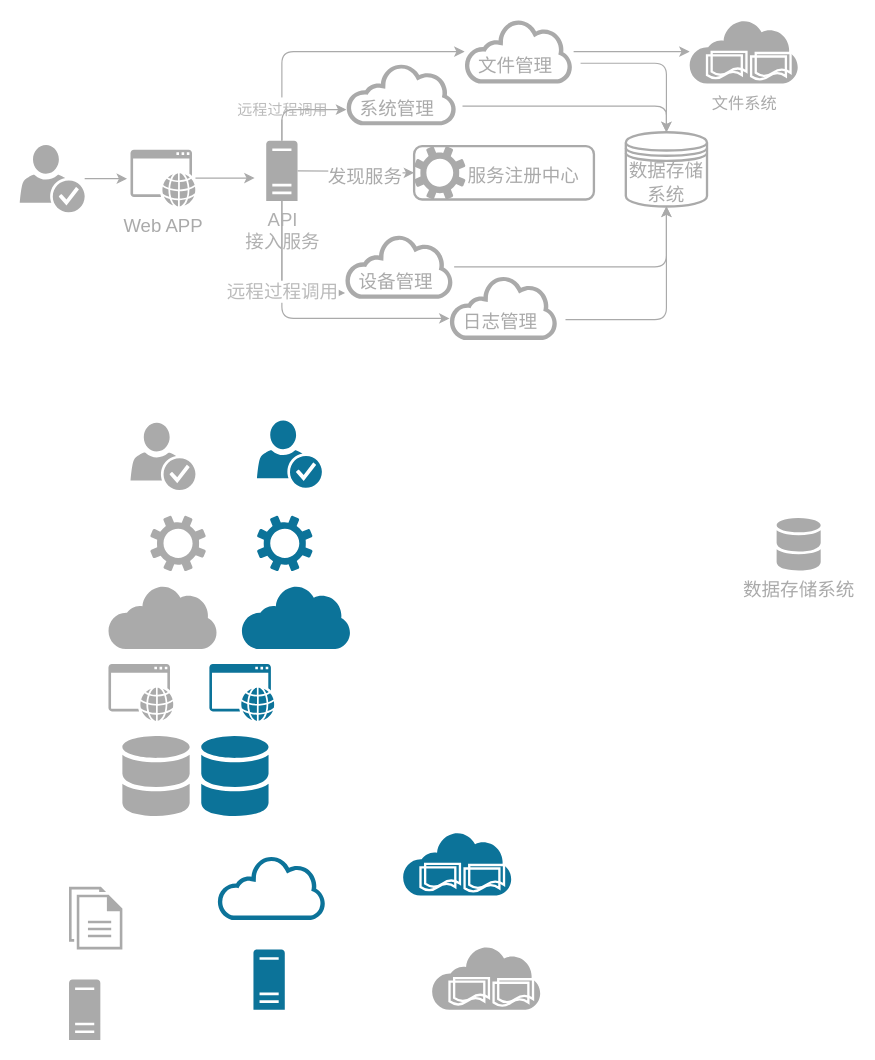
This is page "Page-2" (2 of 2) of framework.drawio from waterwatermelon/graph, a draw.io file, before an edit. Source tidied: cells renumbered, new cells numbered last; positions are measured from the earlier drawing's top-left corner, leaving out a move shared by most shapes. Both pictures are drawn from the tidied source at 116%, with x=0, y=0 at pixel (20, 19).
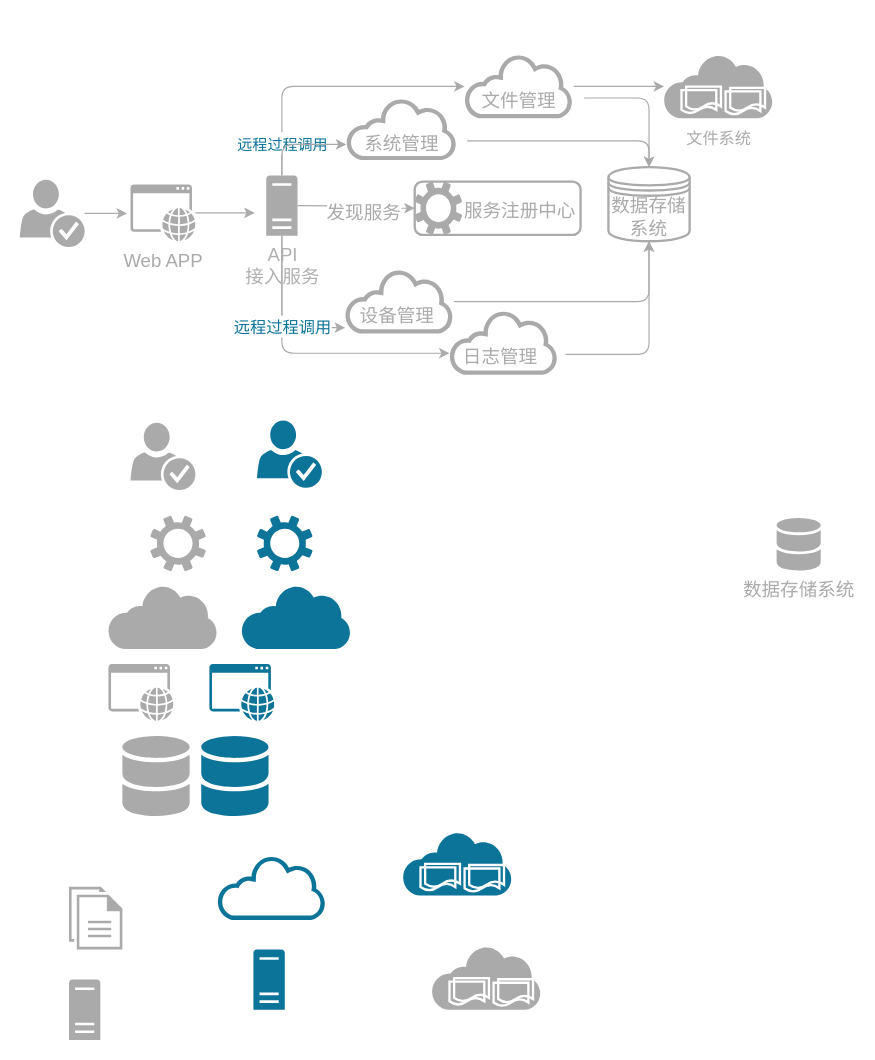
After the change.

The change refers to these unchanged cells:
```xml
<mxCell id="37" style="shadow=0;dashed=0;html=1;strokeColor=none;fillColor=#aaa;labelPosition=center;verticalLabelPosition=bottom;outlineConnect=0;verticalAlign=top;align=center;shape=mxgraph.office.clouds.cloud;fontSize=16;" parent="36" vertex="1">
  <mxGeometry width="94" height="55" as="geometry" />
</mxCell>
<mxCell id="47" style="shadow=0;dashed=0;html=1;strokeColor=none;fillColor=#aaa;labelPosition=center;verticalLabelPosition=bottom;outlineConnect=0;verticalAlign=top;align=center;shape=mxgraph.office.clouds.cloud;fontSize=16;" parent="46" vertex="1">
  <mxGeometry width="95.9" height="53" as="geometry" />
</mxCell>
```

Change to the diagram source:
```diff
@@
     <mxCell id="2" style="edgeStyle=orthogonalEdgeStyle;rounded=1;jettySize=auto;html=1;strokeColor=#aaa;fontSize=16;" parent="1" edge="1" source="6" target="40">
       <mxGeometry relative="1" as="geometry">
         <Array as="points">
-          <mxPoint x="226" y="28" />
+          <mxPoint x="226" y="58" />
         </Array>
       </mxGeometry>
     </mxCell>
-    <mxCell id="3" value="&lt;font style=&quot;font-size: 13px&quot; color=&quot;#bbbbbb&quot;&gt;远程过程调用&lt;/font&gt;" style="text;html=1;align=center;verticalAlign=middle;labelBackgroundColor=#ffffff;fontSize=16;" parent="2" vertex="1">
+    <mxCell id="3" value="&lt;font style=&quot;font-size: 13px&quot; color=&quot;#0c7399&quot;&gt;远程过程调用&lt;/font&gt;" style="text;html=1;align=center;verticalAlign=middle;labelBackgroundColor=#ffffff;fontSize=16;" parent="2" vertex="1">
       <mxGeometry x="-0.58" y="-2" relative="1" as="geometry">
         <mxPoint x="-2.5" y="21" as="offset" />
       </mxGeometry>
     </mxCell>
     <mxCell id="4" style="edgeStyle=orthogonalEdgeStyle;rounded=1;jettySize=auto;html=1;strokeColor=#aaa;fontSize=16;" parent="1" edge="1" source="6" target="37">
       <mxGeometry relative="1" as="geometry">
         <Array as="points">
-          <mxPoint x="226" y="236" />
+          <mxPoint x="226" y="266" />
         </Array>
       </mxGeometry>
     </mxCell>
     <mxCell id="5" style="edgeStyle=orthogonalEdgeStyle;rounded=1;jettySize=auto;html=1;strokeColor=#aaa;fontSize=16;" parent="1" edge="1" source="6" target="67">
       <mxGeometry relative="1" as="geometry">
         <Array as="points">
-          <mxPoint x="226" y="258" />
-          <mxPoint x="392" y="258" />
+          <mxPoint x="226" y="288" />
+          <mxPoint x="392" y="288" />
         </Array>
       </mxGeometry>
     </mxCell>
     <mxCell id="6" value="&lt;font style=&quot;font-size: 16px;&quot; color=&quot;#b0b0b0&quot;&gt;API&lt;br style=&quot;font-size: 16px;&quot;&gt;接入服务&lt;/font&gt;" style="shadow=0;dashed=0;html=1;strokeColor=none;fillColor=#aaa;labelPosition=center;verticalLabelPosition=bottom;verticalAlign=top;outlineConnect=0;align=center;shape=mxgraph.office.servers.server_generic;fontSize=16;" parent="1" vertex="1">
-      <mxGeometry x="212" y="104.8" width="27" height="52" as="geometry" />
+      <mxGeometry x="212" y="134.8" width="27" height="52" as="geometry" />
     </mxCell>
@@
     <mxCell id="21" style="edgeStyle=orthogonalEdgeStyle;curved=1;jettySize=auto;html=1;strokeColor=#aaa;fontSize=16;" parent="1" edge="1" source="22">
       <mxGeometry relative="1" as="geometry">
-        <mxPoint x="92" y="137.5" as="targetPoint" />
+        <mxPoint x="92" y="167.5" as="targetPoint" />
       </mxGeometry>
     </mxCell>
     <mxCell id="22" style="shadow=0;dashed=0;html=1;strokeColor=none;fillColor=#aaa;labelPosition=center;verticalLabelPosition=bottom;verticalAlign=top;outlineConnect=0;align=center;shape=mxgraph.office.security.credentials;fontSize=16;" parent="1" vertex="1">
-      <mxGeometry x="-0.5" y="108.5" width="56" height="58" as="geometry" />
+      <mxGeometry x="-0.5" y="138.5" width="56" height="58" as="geometry" />
     </mxCell>
     <mxCell id="23" style="edgeStyle=orthogonalEdgeStyle;curved=1;jettySize=auto;html=1;strokeColor=#aaa;fontSize=16;" parent="1" edge="1" source="24">
       <mxGeometry relative="1" as="geometry">
-        <mxPoint x="202" y="137" as="targetPoint" />
+        <mxPoint x="202" y="167" as="targetPoint" />
       </mxGeometry>
     </mxCell>
     <mxCell id="24" value="&lt;font style=&quot;font-size: 16px;&quot; color=&quot;#aaaaaa&quot;&gt;Web APP&lt;/font&gt;" style="shadow=0;dashed=0;html=1;strokeColor=none;fillColor=#aaa;labelPosition=center;verticalLabelPosition=bottom;verticalAlign=top;outlineConnect=0;align=center;shape=mxgraph.office.concepts.application_web;fontSize=16;" parent="1" vertex="1">
-      <mxGeometry x="95" y="112.5" width="56" height="49" as="geometry" />
+      <mxGeometry x="95" y="142.5" width="56" height="49" as="geometry" />
     </mxCell>
@@
     <mxCell id="27" style="edgeStyle=orthogonalEdgeStyle;rounded=1;jettySize=auto;html=1;strokeColor=#aaa;fontSize=16;" parent="1" edge="1" source="6" target="47">
       <mxGeometry relative="1" as="geometry">
         <Array as="points">
-          <mxPoint x="226" y="78" />
+          <mxPoint x="226" y="108" />
         </Array>
       </mxGeometry>
     </mxCell>
@@
     <mxCell id="33" style="group;fillColor=none;strokeColor=#aaa;rounded=1;strokeWidth=2;spacingTop=0;fontSize=16;" parent="1" vertex="1">
-      <mxGeometry x="339.5" y="109.5" width="155" height="46" as="geometry" />
+      <mxGeometry x="340" y="140" width="143" height="46" as="geometry" />
     </mxCell>
     <mxCell id="34" style="shadow=0;dashed=0;html=1;strokeColor=none;fillColor=#aaa;labelPosition=center;verticalLabelPosition=bottom;verticalAlign=top;outlineConnect=0;align=center;shape=mxgraph.office.concepts.settings;fontSize=16;" parent="33" vertex="1">
-      <mxGeometry width="44.3" height="46" as="geometry" />
+      <mxGeometry width="40.9" height="46" as="geometry" />
     </mxCell>
     <mxCell id="35" value="&lt;font style=&quot;font-size: 16px;&quot; color=&quot;#aaaaaa&quot;&gt;服务注册中心&lt;/font&gt;" style="text;html=1;align=left;verticalAlign=top;spacingTop=-4;fontSize=16;" parent="33" vertex="1">
-      <mxGeometry x="44.3" y="13.4" width="120" height="20" as="geometry" />
+      <mxGeometry x="40.9" y="13.4" width="120" height="20" as="geometry" />
     </mxCell>
     <mxCell id="36" style="group;fontSize=16;" parent="1" vertex="1">
-      <mxGeometry x="280" y="186" width="100" height="55" as="geometry" />
+      <mxGeometry x="280" y="216" width="100" height="55" as="geometry" />
     </mxCell>
@@
     <mxCell id="38" value="&lt;font style=&quot;font-size: 16px;&quot; color=&quot;#aaaaaa&quot;&gt;设备管理&lt;/font&gt;" style="text;html=1;align=left;verticalAlign=top;spacingTop=-4;fontSize=16;" parent="36" vertex="1">
-      <mxGeometry x="10" y="27.5" width="90" height="20" as="geometry" />
+      <mxGeometry x="11" y="27.5" width="90" height="20" as="geometry" />
     </mxCell>
-    <mxCell id="39" style="group;fontSize=16;" parent="1" vertex="1">
-      <mxGeometry x="383" y="0.5" width="100" height="55" as="geometry" />
-    </mxCell>
-    <mxCell id="40" style="shadow=0;dashed=0;html=1;strokeColor=none;fillColor=#aaa;labelPosition=center;verticalLabelPosition=bottom;outlineConnect=0;verticalAlign=top;align=center;shape=mxgraph.office.clouds.cloud;fontSize=16;" parent="39" vertex="1">
-      <mxGeometry width="94" height="55" as="geometry" />
-    </mxCell>
-    <mxCell id="41" value="&lt;font style=&quot;font-size: 16px;&quot; color=&quot;#aaaaaa&quot;&gt;文件管理&lt;/font&gt;" style="text;html=1;points=[];align=left;verticalAlign=top;spacingTop=-4;fontSize=16;" parent="39" vertex="1">
-      <mxGeometry x="10" y="27.5" width="90" height="20" as="geometry" />
-    </mxCell>
     <mxCell id="42" style="group;labelBorderColor=none;fontSize=16;" parent="1" vertex="1">
-      <mxGeometry x="370" y="221.5" width="100" height="55" as="geometry" />
+      <mxGeometry x="370" y="251.5" width="100" height="55" as="geometry" />
     </mxCell>
@@
     <mxCell id="45" value="&lt;font color=&quot;#aaaaaa&quot; style=&quot;font-size: 16px;&quot;&gt;数据存储系统&lt;/font&gt;" style="shape=datastore;whiteSpace=wrap;html=1;fontSize=16;strokeWidth=2;strokeColor=#AAA;" parent="1" vertex="1">
-      <mxGeometry x="522" y="97.5" width="70" height="64" as="geometry" />
+      <mxGeometry x="507" y="127.5" width="70" height="64" as="geometry" />
     </mxCell>
     <mxCell id="46" style="group;fontSize=16;" parent="1" vertex="1">
-      <mxGeometry x="281" y="38.5" width="102" height="53" as="geometry" />
+      <mxGeometry x="281" y="68.5" width="102" height="53" as="geometry" />
     </mxCell>
@@
     <mxCell id="48" value="&lt;font style=&quot;font-size: 16px;&quot; color=&quot;#aaaaaa&quot;&gt;系统管理&lt;/font&gt;" style="text;html=1;points=[];align=left;verticalAlign=top;spacingTop=-4;fontSize=16;" parent="46" vertex="1">
-      <mxGeometry x="10.2" y="26.5" width="90" height="20" as="geometry" />
+      <mxGeometry x="14.2" y="26.5" width="90" height="20" as="geometry" />
     </mxCell>
-    <mxCell id="49" value="&lt;font style=&quot;font-size: 16px;&quot; color=&quot;#bbbbbb&quot;&gt;远程过程调用&lt;/font&gt;" style="text;html=1;align=center;verticalAlign=middle;labelBackgroundColor=#ffffff;fontSize=16;" parent="1" vertex="1">
-      <mxGeometry x="228" y="213.3" as="geometry">
+    <mxCell id="49" value="&lt;font style=&quot;font-size: 14px&quot; color=&quot;#0c7399&quot;&gt;远程过程调用&lt;/font&gt;" style="text;html=1;align=center;verticalAlign=middle;labelBackgroundColor=#ffffff;fontSize=16;" parent="1" vertex="1">
+      <mxGeometry x="228" y="243.3" as="geometry">
         <mxPoint x="-2.5" y="21" as="offset" />
       </mxGeometry>
     </mxCell>
@@
     <mxCell id="60" style="group;fontSize=16;" parent="1" vertex="1">
-      <mxGeometry x="577" y="0.5" width="94" height="55" as="geometry" />
+      <mxGeometry x="555" y="30.5" width="94" height="55" as="geometry" />
     </mxCell>
@@
     <mxCell id="67" style="shadow=0;dashed=0;html=1;strokeColor=none;fillColor=#aaa;labelPosition=center;verticalLabelPosition=bottom;outlineConnect=0;verticalAlign=top;align=center;shape=mxgraph.office.clouds.cloud;fontSize=16;" parent="1" vertex="1">
-      <mxGeometry x="370" y="221.5" width="94" height="55" as="geometry" />
+      <mxGeometry x="370" y="251.5" width="94" height="55" as="geometry" />
     </mxCell>
+    <mxCell id="68" style="group;" parent="1" vertex="1">
+      <mxGeometry x="383" y="30.5" width="103" height="55" as="geometry" />
+    </mxCell>
+    <mxCell id="40" style="shadow=0;dashed=0;html=1;strokeColor=none;fillColor=#aaa;labelPosition=center;verticalLabelPosition=bottom;outlineConnect=0;verticalAlign=top;align=center;shape=mxgraph.office.clouds.cloud;fontSize=16;" parent="68" vertex="1">
+      <mxGeometry width="94" height="55" as="geometry" />
+    </mxCell>
+    <mxCell id="41" value="&lt;font style=&quot;font-size: 16px;&quot; color=&quot;#aaaaaa&quot;&gt;文件管理&lt;/font&gt;" style="text;html=1;points=[];align=left;verticalAlign=top;spacingTop=-4;fontSize=16;" parent="68" vertex="1">
+      <mxGeometry x="13" y="27.5" width="90" height="20" as="geometry" />
+    </mxCell>
```
